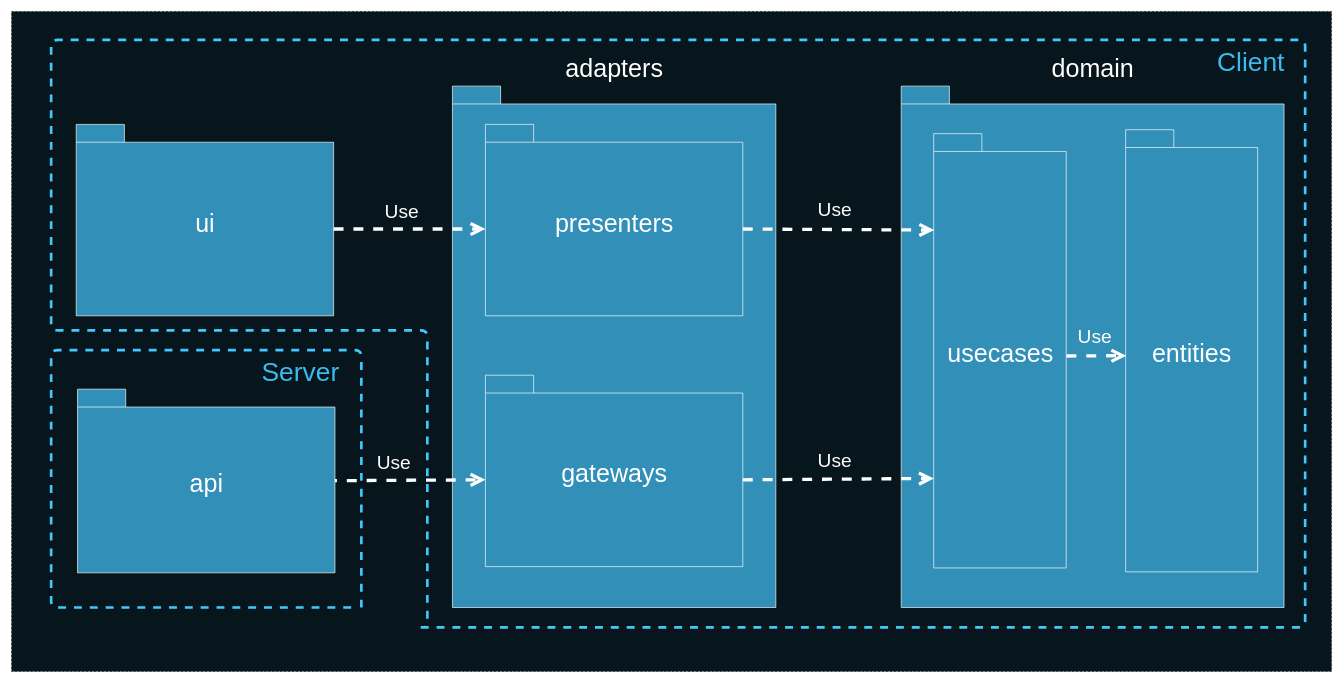
Before: deck/ru/diagrams/packagesDependencies.drawio in AlexanderLapygin/ca-react-rest-api-starter, a draw.io diagram. Source tidied: cells renumbered, new cells numbered last; positions are measured from the earlier drawing's top-left corner, leaving out a move shared by most shapes. Both pictures are drawn from the tidied source at 66%, with x=0, y=0 at pixel (11, 11).
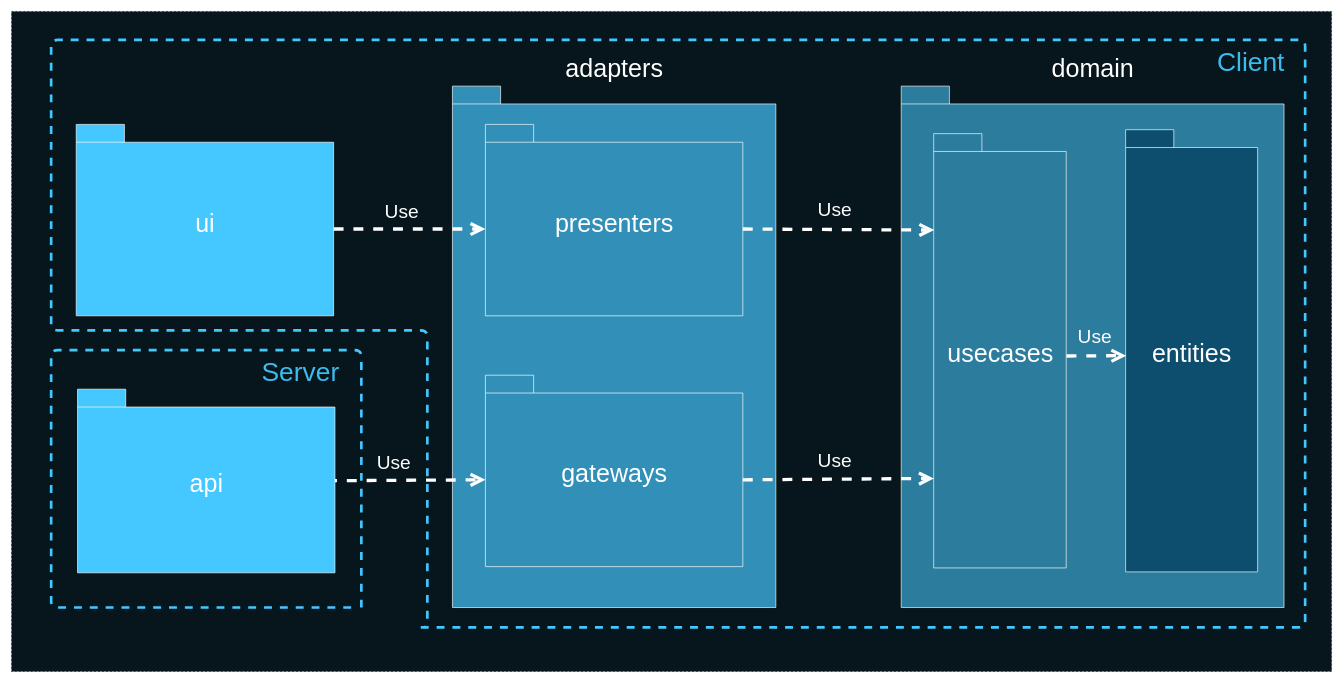
After the change.

Unchanged cells that the change refers to:
```xml
<mxCell id="8" style="group;" parent="1" vertex="1">
  <mxGeometry x="1348" y="113" width="580" height="790" as="geometry" />
</mxCell>
<mxCell id="21" style="group;" parent="1" vertex="1">
  <mxGeometry x="60" y="513" width="484" height="390" as="geometry" />
</mxCell>
```

The edit, as a diff of the source:
```diff
@@
-    <mxCell id="3" value="&lt;font color=&quot;#ffffff&quot; style=&quot;font-size: 38px&quot;&gt;ui&lt;/font&gt;" style="shape=folder;fontStyle=0;spacingTop=10;tabWidth=73;tabHeight=27;tabPosition=left;html=1;strokeColor=#FFFFFF;fillColor=#3290B8;" parent="1" vertex="1">
+    <mxCell id="3" value="&lt;font color=&quot;#ffffff&quot; style=&quot;font-size: 38px&quot;&gt;ui&lt;/font&gt;" style="shape=folder;fontStyle=0;spacingTop=10;tabWidth=73;tabHeight=27;tabPosition=left;html=1;strokeColor=#FFFFFF;fillColor=#45C8FF;" parent="1" vertex="1">
       <mxGeometry x="98" y="171" width="390" height="290" as="geometry" />
     </mxCell>
@@
-    <mxCell id="9" value="&lt;font color=&quot;#ffffff&quot; style=&quot;font-size: 38px&quot;&gt;domain&lt;/font&gt;" style="shape=folder;fontStyle=0;spacingTop=10;tabWidth=73;tabHeight=27;tabPosition=left;html=1;strokeColor=#FFFFFF;fillColor=#3290B8;labelPosition=center;verticalLabelPosition=top;align=center;verticalAlign=bottom;" parent="8" vertex="1">
+    <mxCell id="9" value="&lt;font color=&quot;#ffffff&quot; style=&quot;font-size: 38px&quot;&gt;domain&lt;/font&gt;" style="shape=folder;fontStyle=0;spacingTop=10;tabWidth=73;tabHeight=27;tabPosition=left;html=1;strokeColor=#FFFFFF;fillColor=#2C7C9E;labelPosition=center;verticalLabelPosition=top;align=center;verticalAlign=bottom;" parent="8" vertex="1">
       <mxGeometry width="580" height="790" as="geometry" />
     </mxCell>
-    <mxCell id="10" value="&lt;font color=&quot;#ffffff&quot; style=&quot;font-size: 38px&quot;&gt;entities&lt;/font&gt;" style="shape=folder;fontStyle=0;spacingTop=10;tabWidth=73;tabHeight=27;tabPosition=left;html=1;strokeColor=#FFFFFF;fillColor=#3290B8;" parent="8" vertex="1">
+    <mxCell id="10" value="&lt;font color=&quot;#ffffff&quot; style=&quot;font-size: 38px&quot;&gt;entities&lt;/font&gt;" style="shape=folder;fontStyle=0;spacingTop=10;tabWidth=73;tabHeight=27;tabPosition=left;html=1;strokeColor=#FFFFFF;fillColor=#0D4E6E;" parent="8" vertex="1">
       <mxGeometry x="340" y="66" width="200" height="670" as="geometry" />
     </mxCell>
-    <mxCell id="11" value="&lt;font color=&quot;#ffffff&quot; style=&quot;font-size: 38px&quot;&gt;usecases&lt;/font&gt;" style="shape=folder;fontStyle=0;spacingTop=10;tabWidth=73;tabHeight=27;tabPosition=left;html=1;strokeColor=#FFFFFF;fillColor=#3290B8;" parent="8" vertex="1">
+    <mxCell id="11" value="&lt;font color=&quot;#ffffff&quot; style=&quot;font-size: 38px&quot;&gt;usecases&lt;/font&gt;" style="shape=folder;fontStyle=0;spacingTop=10;tabWidth=73;tabHeight=27;tabPosition=left;html=1;strokeColor=#FFFFFF;fillColor=#2C7C9E;" parent="8" vertex="1">
       <mxGeometry x="49.2" y="72" width="200.8" height="658" as="geometry" />
     </mxCell>
@@
-    <mxCell id="22" value="&lt;font color=&quot;#ffffff&quot; style=&quot;font-size: 38px;&quot;&gt;api&lt;/font&gt;" style="shape=folder;fontStyle=0;spacingTop=10;tabWidth=73;tabHeight=27;tabPosition=left;html=1;strokeColor=#FFFFFF;fillColor=#3290B8;" parent="21" vertex="1">
+    <mxCell id="22" value="&lt;font color=&quot;#ffffff&quot; style=&quot;font-size: 38px;&quot;&gt;api&lt;/font&gt;" style="shape=folder;fontStyle=0;spacingTop=10;tabWidth=73;tabHeight=27;tabPosition=left;html=1;strokeColor=#FFFFFF;fillColor=#45C8FF;" parent="21" vertex="1">
       <mxGeometry x="40" y="59.2" width="390" height="278.2" as="geometry" />
     </mxCell>
```
